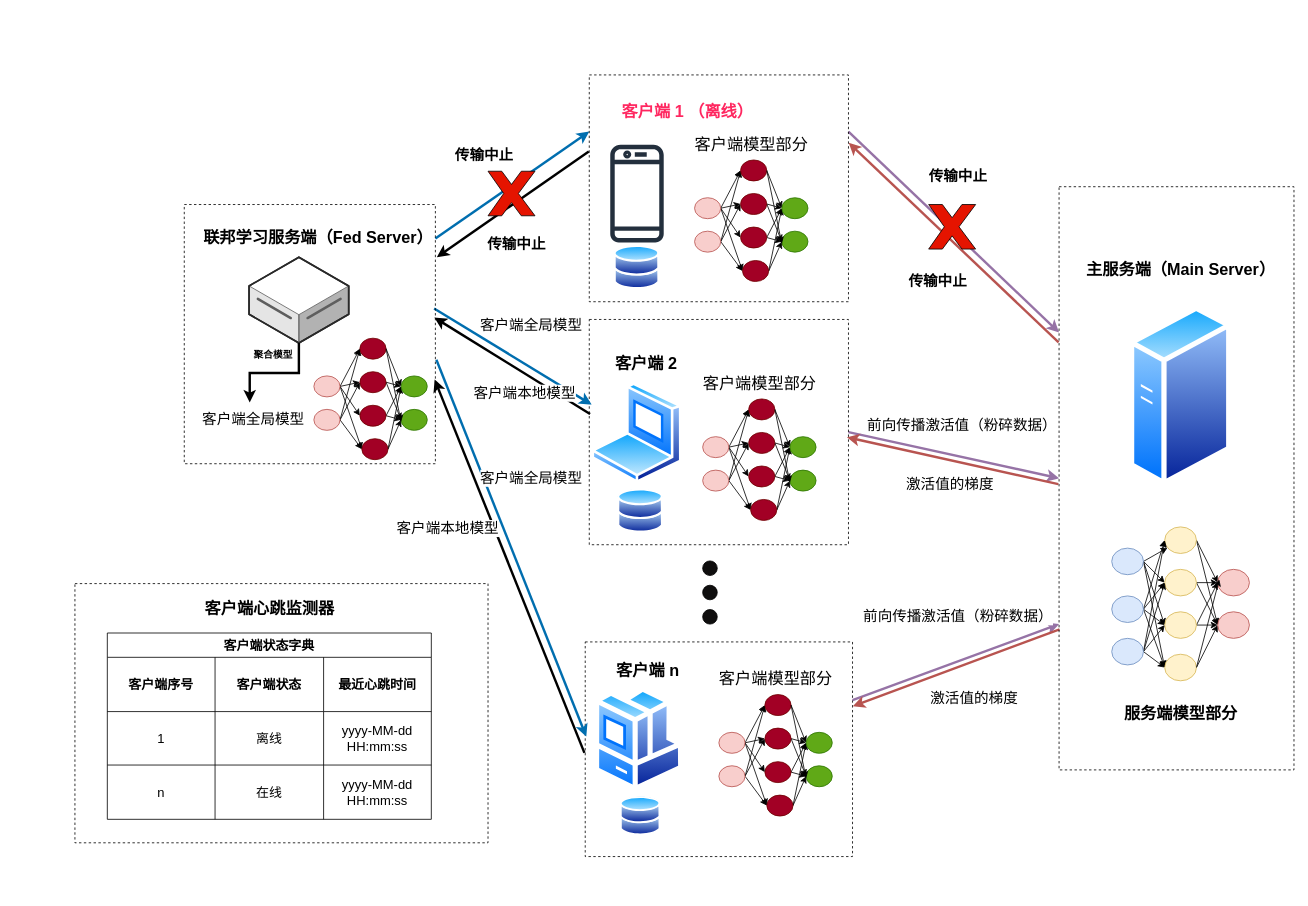
Before: 分割联邦学习架构图.drawio in XiaoWenZz/draw-io, a draw.io diagram. Source tidied: cells renumbered, new cells numbered last; positions are measured from the earlier drawing's top-left corner, leaving out a move shared by most shapes. Both pictures are drawn from the tidied source at 81%, with x=0, y=0 at pixel (75, 75).
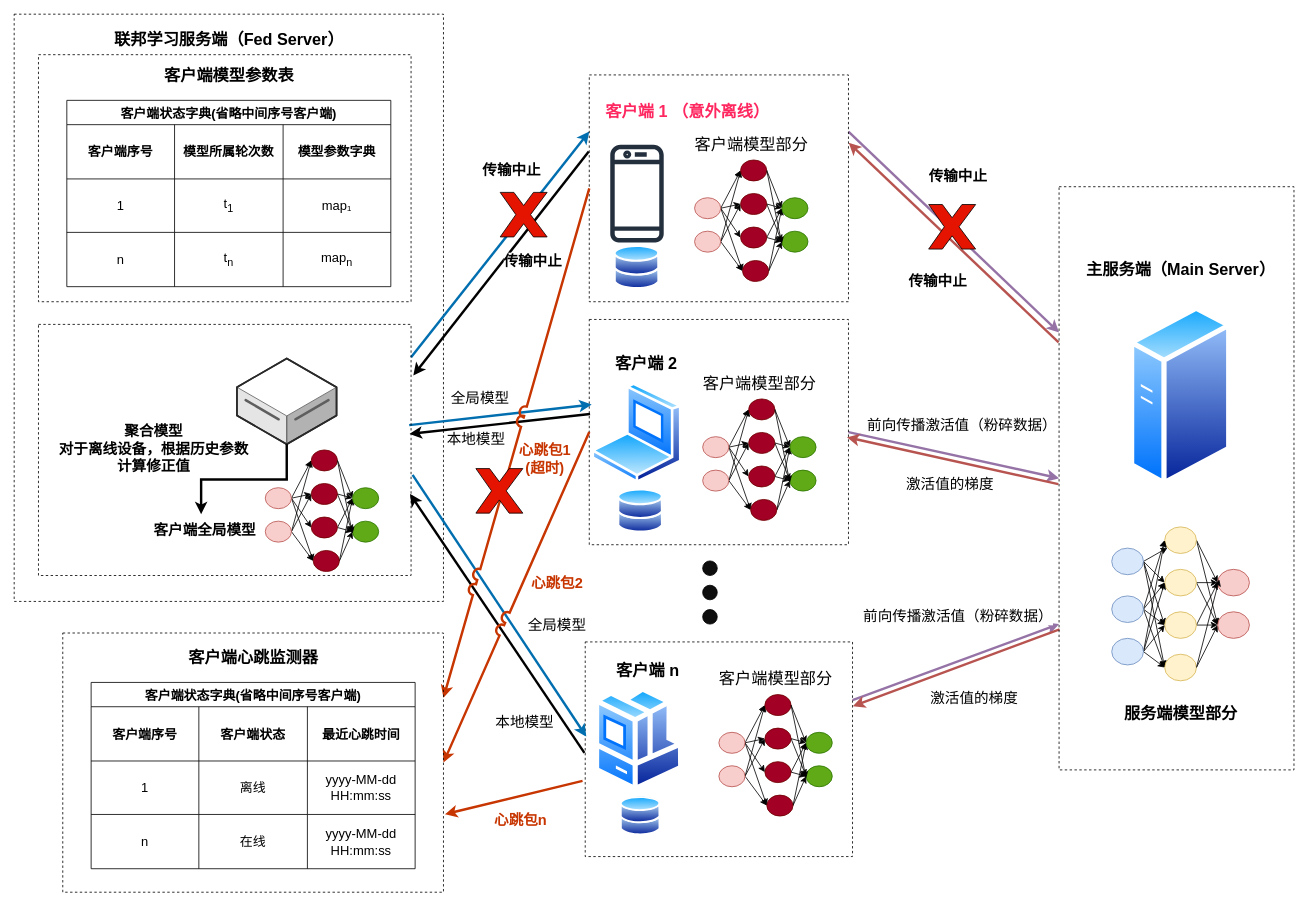
After the change.

Commit message (it also covers changes not shown here):
更新分割联邦学习架构图.drawio

Unchanged cells that the change refers to:
```xml
<mxCell id="4" style="rounded=0;whiteSpace=wrap;html=1;fontFamily=Helvetica;fontSize=11;fontColor=default;labelBackgroundColor=default;fillColor=none;strokeColor=default;dashed=1;" parent="1" vertex="1">
  <mxGeometry x="635" y="301.9" width="320" height="278.1" as="geometry" />
</mxCell>
<mxCell id="13" style="rounded=0;whiteSpace=wrap;html=1;fontFamily=Helvetica;fontSize=11;fontColor=default;labelBackgroundColor=default;fillColor=none;strokeColor=default;dashed=1;" parent="1" vertex="1">
  <mxGeometry x="635" width="320" height="280" as="geometry" />
</mxCell>
<mxCell id="68" style="rounded=0;whiteSpace=wrap;html=1;fontFamily=Helvetica;fontSize=11;fontColor=default;labelBackgroundColor=default;fillColor=none;strokeColor=default;dashed=1;" parent="67" vertex="1">
  <mxGeometry width="330" height="265" as="geometry" />
</mxCell>
```

Diff of the diagram source:
```diff
@@
+    <mxCell id="199" style="rounded=0;whiteSpace=wrap;html=1;fontFamily=Helvetica;fontSize=11;fontColor=default;labelBackgroundColor=default;fillColor=none;strokeColor=default;dashed=1;" parent="1" vertex="1">
+      <mxGeometry x="-75" y="-75" width="530" height="725" as="geometry" />
+    </mxCell>
@@
-    <mxCell id="16" value="&lt;font style=&quot;font-size: 20px; color: rgb(255, 39, 96);&quot;&gt;&lt;b&gt;客户端 1 &lt;font&gt;（离线）&lt;/font&gt;&lt;/b&gt;&lt;/font&gt;" style="text;html=1;align=center;verticalAlign=middle;strokeColor=none;fillColor=none;fontFamily=Helvetica;fontSize=11;fontColor=default;labelBackgroundColor=default;" parent="1" vertex="1">
-      <mxGeometry x="660.9" y="25" width="190" height="40" as="geometry" />
+    <mxCell id="16" value="&lt;font style=&quot;font-size: 20px; color: rgb(255, 39, 96);&quot;&gt;&lt;b&gt;客户端 1 &lt;font&gt;（意外离线）&lt;/font&gt;&lt;/b&gt;&lt;/font&gt;" style="text;html=1;align=center;verticalAlign=middle;strokeColor=none;fillColor=none;fontFamily=Helvetica;fontSize=11;fontColor=default;labelBackgroundColor=default;" parent="1" vertex="1">
+      <mxGeometry x="640.9" y="25" width="230" height="40" as="geometry" />
     </mxCell>
@@
-    <mxCell id="105" value="&lt;font style=&quot;font-size: 18px;&quot;&gt;客户端本地模型&lt;/font&gt;" style="text;html=1;align=center;verticalAlign=middle;strokeColor=none;fillColor=none;fontFamily=Helvetica;fontSize=11;fontColor=default;labelBackgroundColor=default;" parent="1" vertex="1">
-      <mxGeometry x="480" y="373" width="150" height="40" as="geometry" />
+    <mxCell id="105" value="&lt;font style=&quot;font-size: 18px;&quot;&gt;本地模型&lt;/font&gt;" style="text;html=1;align=center;verticalAlign=middle;strokeColor=none;fillColor=none;fontFamily=Helvetica;fontSize=11;fontColor=default;labelBackgroundColor=default;" parent="1" vertex="1">
+      <mxGeometry x="445" y="430" width="100" height="40" as="geometry" />
     </mxCell>
-    <mxCell id="106" value="&lt;font style=&quot;font-size: 18px;&quot;&gt;客户端本地模型&lt;/font&gt;" style="text;html=1;align=center;verticalAlign=middle;strokeColor=none;fillColor=none;fontFamily=Helvetica;fontSize=11;fontColor=default;labelBackgroundColor=default;" parent="1" vertex="1">
-      <mxGeometry x="385" y="540" width="150" height="40" as="geometry" />
+    <mxCell id="106" value="&lt;font style=&quot;font-size: 18px;&quot;&gt;本地模型&lt;/font&gt;" style="text;html=1;align=center;verticalAlign=middle;strokeColor=none;fillColor=none;fontFamily=Helvetica;fontSize=11;fontColor=default;labelBackgroundColor=default;" parent="1" vertex="1">
+      <mxGeometry x="505" y="780" width="100" height="40" as="geometry" />
     </mxCell>
-    <mxCell id="107" value="&lt;font style=&quot;font-size: 18px;&quot;&gt;客户端全局模型&lt;/font&gt;" style="text;html=1;align=center;verticalAlign=middle;strokeColor=none;fillColor=none;fontFamily=Helvetica;fontSize=11;fontColor=default;labelBackgroundColor=default;" parent="1" vertex="1">
-      <mxGeometry x="487.9" y="290" width="150" height="40" as="geometry" />
+    <mxCell id="107" value="&lt;font style=&quot;font-size: 18px;&quot;&gt;全局模型&lt;/font&gt;" style="text;html=1;align=center;verticalAlign=middle;strokeColor=none;fillColor=none;fontFamily=Helvetica;fontSize=11;fontColor=default;labelBackgroundColor=default;" parent="1" vertex="1">
+      <mxGeometry x="450" y="380" width="100" height="40" as="geometry" />
     </mxCell>
-    <mxCell id="108" value="&lt;font style=&quot;font-size: 18px;&quot;&gt;客户端全局模型&lt;/font&gt;" style="text;html=1;align=center;verticalAlign=middle;strokeColor=none;fillColor=none;fontFamily=Helvetica;fontSize=11;fontColor=default;labelBackgroundColor=default;" parent="1" vertex="1">
-      <mxGeometry x="487.9" y="478" width="150" height="40" as="geometry" />
+    <mxCell id="108" value="&lt;font style=&quot;font-size: 18px;&quot;&gt;全局模型&lt;/font&gt;" style="text;html=1;align=center;verticalAlign=middle;strokeColor=none;fillColor=none;fontFamily=Helvetica;fontSize=11;fontColor=default;labelBackgroundColor=default;" parent="1" vertex="1">
+      <mxGeometry x="545" y="660" width="100" height="40" as="geometry" />
     </mxCell>
@@
     <mxCell id="149" style="group;" parent="1" vertex="1">
-      <mxGeometry x="135" y="160" width="320" height="320" as="geometry" />
+      <mxGeometry x="75" y="298" width="340" height="320" as="geometry" />
     </mxCell>
     <mxCell id="150" style="rounded=0;whiteSpace=wrap;html=1;fontFamily=Helvetica;fontSize=11;fontColor=default;labelBackgroundColor=default;fillColor=none;strokeColor=default;dashed=1;" parent="149" vertex="1">
-      <mxGeometry width="310" height="320" as="geometry" />
+      <mxGeometry x="-120" y="10" width="460" height="310" as="geometry" />
     </mxCell>
     <mxCell id="151" style="verticalLabelPosition=bottom;html=1;verticalAlign=top;strokeWidth=1;align=center;outlineConnect=0;dashed=0;outlineConnect=0;shape=mxgraph.aws3d.dataServer;strokeColor=#5E5E5E;fontFamily=Helvetica;fontSize=11;fontColor=default;labelBackgroundColor=default;" parent="149" vertex="1">
-      <mxGeometry x="80" y="65" width="123" height="106" as="geometry" />
+      <mxGeometry x="125" y="52" width="123" height="106" as="geometry" />
     </mxCell>
-    <mxCell id="152" value="&lt;font style=&quot;font-size: 20px;&quot;&gt;&lt;b&gt;联邦学习服务端（Fed Server）&lt;/b&gt;&lt;/font&gt;" style="text;html=1;align=center;verticalAlign=middle;strokeColor=none;fillColor=none;fontFamily=Helvetica;fontSize=11;fontColor=default;labelBackgroundColor=default;" parent="149" vertex="1">
-      <mxGeometry x="10" y="20.3" width="310" height="40" as="geometry" />
-    </mxCell>
@@
-    <mxCell id="177" value="&lt;font style=&quot;font-size: 18px;&quot;&gt;客户端全局模型&lt;/font&gt;" style="text;html=1;align=center;verticalAlign=middle;points=[];strokeColor=none;fillColor=none;fontFamily=Helvetica;fontSize=11;fontColor=default;labelBackgroundColor=default;" parent="149" vertex="1">
+    <mxCell id="177" value="&lt;font style=&quot;font-size: 18px;&quot;&gt;&lt;b&gt;客户端全局模型&lt;/b&gt;&lt;/font&gt;" style="text;html=1;align=center;verticalAlign=middle;points=[];strokeColor=none;fillColor=none;fontFamily=Helvetica;fontSize=11;fontColor=default;labelBackgroundColor=default;" parent="149" vertex="1">
       <mxGeometry x="10" y="245" width="150" height="40" as="geometry" />
     </mxCell>
@@
-    <mxCell id="179" value="&lt;b&gt;聚合模型&lt;/b&gt;" style="text;html=1;align=center;verticalAlign=middle;whiteSpace=wrap;rounded=0;" parent="149" vertex="1">
-      <mxGeometry x="80" y="171" width="60" height="30" as="geometry" />
+    <mxCell id="179" value="&lt;b&gt;&lt;font style=&quot;font-size: 18px;&quot;&gt;聚合模型&lt;/font&gt;&lt;/b&gt;&lt;div&gt;&lt;b&gt;&lt;font style=&quot;font-size: 18px;&quot;&gt;对于离线设备，根据历史参数计算修正值&lt;/font&gt;&lt;/b&gt;&lt;/div&gt;" style="text;html=1;align=center;verticalAlign=middle;whiteSpace=wrap;rounded=0;" parent="149" vertex="1">
+      <mxGeometry x="-100" y="140" width="245" height="48" as="geometry" />
     </mxCell>
+    <mxCell id="195" style="verticalLabelPosition=bottom;verticalAlign=top;html=1;shape=mxgraph.basic.x;fillColor=#e51400;strokeColor=default;fontColor=#ffffff;gradientColor=none;" parent="1" vertex="1">
+      <mxGeometry x="1054" y="160" width="58" height="55" as="geometry" />
+    </mxCell>
+    <mxCell id="196" style="verticalLabelPosition=bottom;verticalAlign=top;html=1;shape=mxgraph.basic.x;fillColor=#e51400;strokeColor=default;fontColor=#ffffff;gradientColor=none;" parent="1" vertex="1">
+      <mxGeometry x="525" y="145" width="58" height="55" as="geometry" />
+    </mxCell>
+    <mxCell id="197" value="&lt;font style=&quot;font-size: 18px;&quot;&gt;&lt;b&gt;传输中止&lt;/b&gt;&lt;/font&gt;" style="text;html=1;align=center;verticalAlign=middle;strokeColor=none;fillColor=none;fontFamily=Helvetica;fontSize=11;fontColor=default;labelBackgroundColor=default;" parent="1" vertex="1">
+      <mxGeometry x="489" y="98" width="100" height="40" as="geometry" />
+    </mxCell>
+    <mxCell id="198" value="&lt;span style=&quot;font-size: 18px;&quot;&gt;&lt;b&gt;传输中止&lt;/b&gt;&lt;/span&gt;" style="text;html=1;align=center;verticalAlign=middle;strokeColor=none;fillColor=none;fontFamily=Helvetica;fontSize=11;fontColor=default;labelBackgroundColor=default;" parent="1" vertex="1">
+      <mxGeometry x="515" y="210" width="100" height="40" as="geometry" />
+    </mxCell>
+    <mxCell id="200" style="rounded=0;jettySize=auto;html=1;endArrow=none;endFill=1;jumpStyle=arc;jumpSize=10;fillColor=#fa6800;strokeColor=#C73500;strokeWidth=3;startFill=1;startArrow=classic;entryX=0;entryY=0.5;entryDx=0;entryDy=0;exitX=1;exitY=0.25;exitDx=0;exitDy=0;" parent="1" edge="1" source="180" target="13">
+      <mxGeometry relative="1" as="geometry" />
+    </mxCell>
+    <mxCell id="201" value="&lt;b&gt;&lt;font style=&quot;font-size: 18px; color: rgb(199, 53, 0);&quot;&gt;心跳包1&lt;/font&gt;&lt;/b&gt;&lt;div&gt;&lt;font color=&quot;#c73500&quot;&gt;&lt;span style=&quot;font-size: 18px;&quot;&gt;&lt;b&gt;(&lt;/b&gt;&lt;/span&gt;&lt;/font&gt;&lt;span style=&quot;background-color: transparent; font-size: 18px;&quot;&gt;&lt;font color=&quot;#c73500&quot;&gt;&lt;b&gt;超时&lt;/b&gt;&lt;/font&gt;&lt;/span&gt;&lt;b style=&quot;font-size: 18px; color: rgb(199, 53, 0); background-color: transparent;&quot;&gt;)&lt;/b&gt;&lt;/div&gt;" style="text;html=1;align=center;verticalAlign=middle;strokeColor=none;fillColor=none;" parent="1" vertex="1">
+      <mxGeometry x="535" y="445" width="90" height="60" as="geometry" />
+    </mxCell>
+    <mxCell id="202" value="&lt;font style=&quot;font-size: 20px;&quot;&gt;&lt;b&gt;客户端模型参数表&lt;/b&gt;&lt;/font&gt;" style="text;html=1;align=center;verticalAlign=middle;strokeColor=none;fillColor=none;fontFamily=Helvetica;fontSize=11;fontColor=default;labelBackgroundColor=default;" parent="1" vertex="1">
+      <mxGeometry x="100" y="-20" width="180" height="40" as="geometry" />
+    </mxCell>
+    <mxCell id="203" value="客户端状态字典(省略中间序号客户端)" style="shape=table;startSize=30;childLayout=tableLayout;strokeColor=default;fontSize=16;fontStyle=1;" parent="1" vertex="1">
+      <mxGeometry x="-10" y="31.4" width="400" height="230" as="geometry" />
+    </mxCell>
+    <mxCell id="204" style="shape=tableRow;horizontal=0;startSize=0;swimlaneHead=0;swimlaneBody=0;strokeColor=inherit;top=0;left=0;bottom=0;right=0;fillColor=none;fontSize=16;" parent="203" vertex="1">
+      <mxGeometry y="30" width="400" height="67" as="geometry" />
+    </mxCell>
+    <mxCell id="205" value="&lt;b&gt;客户端序号&lt;/b&gt;" style="shape=partialRectangle;html=1;whiteSpace=wrap;strokeColor=inherit;overflow=hidden;fillColor=none;top=0;left=0;bottom=0;right=0;fontSize=16;" parent="204" vertex="1">
+      <mxGeometry width="133" height="67" as="geometry" />
+    </mxCell>
+    <mxCell id="206" value="&lt;b&gt;模型所属轮次数&lt;/b&gt;" style="shape=partialRectangle;html=1;whiteSpace=wrap;strokeColor=inherit;overflow=hidden;fillColor=none;top=0;left=0;bottom=0;right=0;fontSize=16;" parent="204" vertex="1">
+      <mxGeometry x="133" width="134" height="67" as="geometry" />
+    </mxCell>
+    <mxCell id="207" value="&lt;b&gt;模型参数字典&lt;/b&gt;" style="shape=partialRectangle;html=1;whiteSpace=wrap;strokeColor=inherit;overflow=hidden;fillColor=none;top=0;left=0;bottom=0;right=0;fontSize=16;" parent="204" vertex="1">
+      <mxGeometry x="267" width="133" height="67" as="geometry" />
+    </mxCell>
+    <mxCell id="208" style="shape=tableRow;horizontal=0;startSize=0;swimlaneHead=0;swimlaneBody=0;strokeColor=inherit;top=0;left=0;bottom=0;right=0;fillColor=none;fontSize=16;" parent="203" vertex="1">
+      <mxGeometry y="97" width="400" height="66" as="geometry" />
+    </mxCell>
+    <mxCell id="209" value="1" style="shape=partialRectangle;html=1;whiteSpace=wrap;strokeColor=inherit;overflow=hidden;fillColor=none;top=0;left=0;bottom=0;right=0;fontSize=16;" parent="208" vertex="1">
+      <mxGeometry width="133" height="66" as="geometry" />
+    </mxCell>
+    <mxCell id="210" value="t&lt;sub&gt;1&lt;/sub&gt;" style="shape=partialRectangle;html=1;whiteSpace=wrap;strokeColor=inherit;overflow=hidden;fillColor=none;top=0;left=0;bottom=0;right=0;fontSize=16;" parent="208" vertex="1">
+      <mxGeometry x="133" width="134" height="66" as="geometry" />
+    </mxCell>
+    <mxCell id="211" value="map₁" style="shape=partialRectangle;html=1;whiteSpace=wrap;strokeColor=inherit;overflow=hidden;fillColor=none;top=0;left=0;bottom=0;right=0;fontSize=16;" parent="208" vertex="1">
+      <mxGeometry x="267" width="133" height="66" as="geometry" />
+    </mxCell>
+    <mxCell id="212" style="shape=tableRow;horizontal=0;startSize=0;swimlaneHead=0;swimlaneBody=0;strokeColor=inherit;top=0;left=0;bottom=0;right=0;fillColor=none;fontSize=16;" parent="203" vertex="1">
+      <mxGeometry y="163" width="400" height="67" as="geometry" />
+    </mxCell>
+    <mxCell id="213" value="n" style="shape=partialRectangle;html=1;whiteSpace=wrap;strokeColor=inherit;overflow=hidden;fillColor=none;top=0;left=0;bottom=0;right=0;fontSize=16;" parent="212" vertex="1">
+      <mxGeometry width="133" height="67" as="geometry" />
+    </mxCell>
+    <mxCell id="214" value="t&lt;sub&gt;n&lt;/sub&gt;" style="shape=partialRectangle;html=1;whiteSpace=wrap;strokeColor=inherit;overflow=hidden;fillColor=none;top=0;left=0;bottom=0;right=0;fontSize=16;" parent="212" vertex="1">
+      <mxGeometry x="133" width="134" height="67" as="geometry" />
+    </mxCell>
+    <mxCell id="215" value="map&lt;sub&gt;n&lt;/sub&gt;" style="shape=partialRectangle;html=1;whiteSpace=wrap;strokeColor=inherit;overflow=hidden;fillColor=none;top=0;left=0;bottom=0;right=0;fontSize=16;" parent="212" vertex="1">
+      <mxGeometry x="267" width="133" height="67" as="geometry" />
+    </mxCell>
+    <mxCell id="216" style="rounded=0;jettySize=auto;html=1;endArrow=none;endFill=1;jumpStyle=arc;jumpSize=10;fillColor=#fa6800;strokeColor=#C73500;strokeWidth=3;startFill=1;startArrow=classic;entryX=0;entryY=0.5;entryDx=0;entryDy=0;exitX=1;exitY=0.5;exitDx=0;exitDy=0;" parent="1" edge="1" source="180" target="4">
+      <mxGeometry relative="1" as="geometry" />
+    </mxCell>
+    <mxCell id="217" style="group;" parent="1" vertex="1">
+      <mxGeometry x="-15" y="689" width="470" height="320" as="geometry" />
+    </mxCell>
-    <mxCell id="180" style="rounded=0;whiteSpace=wrap;html=1;fontFamily=Helvetica;fontSize=11;fontColor=default;labelBackgroundColor=default;fillColor=none;strokeColor=default;dashed=1;" parent="1" vertex="1">
-      <mxGeometry y="628" width="510" height="320" as="geometry" />
+    <mxCell id="180" style="rounded=0;whiteSpace=wrap;html=1;fontFamily=Helvetica;fontSize=11;fontColor=default;labelBackgroundColor=default;fillColor=none;strokeColor=default;dashed=1;" parent="217" vertex="1">
+      <mxGeometry width="470" height="320" as="geometry" />
     </mxCell>
-    <mxCell id="181" value="&lt;font style=&quot;font-size: 20px;&quot;&gt;&lt;b&gt;客户端心跳监测器&lt;/b&gt;&lt;/font&gt;" style="text;html=1;align=center;verticalAlign=middle;strokeColor=none;fillColor=none;fontFamily=Helvetica;fontSize=11;fontColor=default;labelBackgroundColor=default;" parent="1" vertex="1">
-      <mxGeometry x="150" y="638" width="180" height="40" as="geometry" />
+    <mxCell id="181" value="&lt;font style=&quot;font-size: 20px;&quot;&gt;&lt;b&gt;客户端心跳监测器&lt;/b&gt;&lt;/font&gt;" style="text;html=1;align=center;verticalAlign=middle;strokeColor=none;fillColor=none;fontFamily=Helvetica;fontSize=11;fontColor=default;labelBackgroundColor=default;" parent="217" vertex="1">
+      <mxGeometry x="145" y="10" width="180" height="40" as="geometry" />
     </mxCell>
-    <mxCell id="182" value="客户端状态字典" style="shape=table;startSize=30;childLayout=tableLayout;strokeColor=default;fontSize=16;fontStyle=1;" parent="1" vertex="1">
-      <mxGeometry x="40" y="689" width="400" height="230" as="geometry" />
+    <mxCell id="182" value="客户端状态字典(省略中间序号客户端)" style="shape=table;startSize=30;childLayout=tableLayout;strokeColor=default;fontSize=16;fontStyle=1;" parent="217" vertex="1">
+      <mxGeometry x="35" y="61" width="400" height="230" as="geometry" />
     </mxCell>
@@
-    <mxCell id="195" style="verticalLabelPosition=bottom;verticalAlign=top;html=1;shape=mxgraph.basic.x;fillColor=#e51400;strokeColor=default;fontColor=#ffffff;gradientColor=none;" parent="1" vertex="1">
-      <mxGeometry x="1054" y="160" width="58" height="55" as="geometry" />
-    </mxCell>
-    <mxCell id="196" style="verticalLabelPosition=bottom;verticalAlign=top;html=1;shape=mxgraph.basic.x;fillColor=#e51400;strokeColor=default;fontColor=#ffffff;gradientColor=none;" parent="1" vertex="1">
-      <mxGeometry x="510" y="118.9" width="58" height="55" as="geometry" />
-    </mxCell>
-    <mxCell id="197" value="&lt;font style=&quot;font-size: 18px;&quot;&gt;&lt;b&gt;传输中止&lt;/b&gt;&lt;/font&gt;" style="text;html=1;align=center;verticalAlign=middle;strokeColor=none;fillColor=none;fontFamily=Helvetica;fontSize=11;fontColor=default;labelBackgroundColor=default;" parent="1" vertex="1">
-      <mxGeometry x="455" y="78.9" width="100" height="40" as="geometry" />
-    </mxCell>
-    <mxCell id="198" value="&lt;span style=&quot;font-size: 18px;&quot;&gt;&lt;b&gt;传输中止&lt;/b&gt;&lt;/span&gt;" style="text;html=1;align=center;verticalAlign=middle;strokeColor=none;fillColor=none;fontFamily=Helvetica;fontSize=11;fontColor=default;labelBackgroundColor=default;" parent="1" vertex="1">
-      <mxGeometry x="495" y="190" width="100" height="40" as="geometry" />
-    </mxCell>
+    <mxCell id="218" style="rounded=0;whiteSpace=wrap;html=1;fontFamily=Helvetica;fontSize=11;fontColor=default;labelBackgroundColor=default;fillColor=none;strokeColor=default;dashed=1;" parent="1" vertex="1">
+      <mxGeometry x="-45" y="-25" width="460" height="305" as="geometry" />
+    </mxCell>
+    <mxCell id="152" value="&lt;font style=&quot;font-size: 20px;&quot;&gt;&lt;b&gt;联邦学习服务端（Fed Server）&lt;/b&gt;&lt;/font&gt;" style="text;html=1;align=center;verticalAlign=middle;strokeColor=none;fillColor=none;fontFamily=Helvetica;fontSize=11;fontColor=default;labelBackgroundColor=default;" parent="1" vertex="1">
+      <mxGeometry x="35" y="-65" width="310" height="40" as="geometry" />
+    </mxCell>
+    <mxCell id="219" value="&lt;b&gt;&lt;font style=&quot;font-size: 18px; color: rgb(199, 53, 0);&quot;&gt;心跳包2&lt;/font&gt;&lt;/b&gt;" style="text;html=1;align=center;verticalAlign=middle;strokeColor=none;fillColor=none;" parent="1" vertex="1">
+      <mxGeometry x="550" y="608" width="90" height="40" as="geometry" />
+    </mxCell>
+    <mxCell id="220" style="verticalLabelPosition=bottom;verticalAlign=top;html=1;shape=mxgraph.basic.x;fillColor=#e51400;strokeColor=default;fontColor=#ffffff;gradientColor=none;" parent="1" vertex="1">
+      <mxGeometry x="495" y="486" width="58" height="55" as="geometry" />
+    </mxCell>
+    <mxCell id="221" style="rounded=0;jettySize=auto;html=1;endArrow=none;endFill=1;jumpStyle=arc;jumpSize=10;fillColor=#fa6800;strokeColor=#C73500;strokeWidth=3;startFill=1;startArrow=classic;entryX=-0.01;entryY=0.647;entryDx=0;entryDy=0;exitX=1.004;exitY=0.699;exitDx=0;exitDy=0;entryPerimeter=0;exitPerimeter=0;" parent="1" edge="1" source="180" target="68">
+      <mxGeometry relative="1" as="geometry" />
+    </mxCell>
+    <mxCell id="222" value="&lt;b&gt;&lt;font style=&quot;font-size: 18px; color: rgb(199, 53, 0);&quot;&gt;心跳包n&lt;/font&gt;&lt;/b&gt;" style="text;html=1;align=center;verticalAlign=middle;strokeColor=none;fillColor=none;" parent="1" vertex="1">
+      <mxGeometry x="505" y="900" width="90" height="40" as="geometry" />
+    </mxCell>
```
